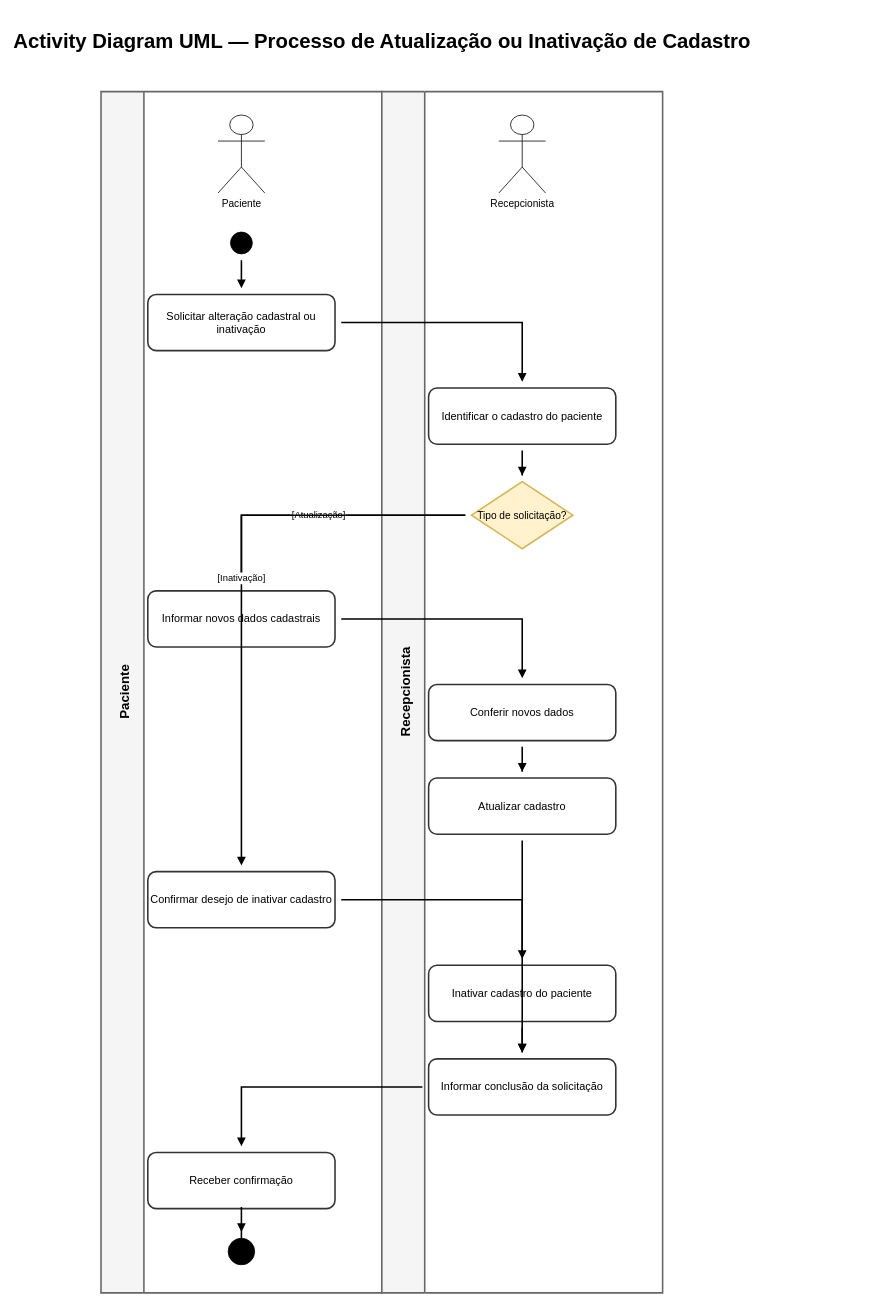
Earlier version of the draw.io diagram documentos/diagramas/atividade/04-atualizacao-exclusao-paciente.drawio (itodoconhecer-cmyk/aulas_umc_2026_1_spring_boot). Source tidied: cells renumbered, new cells numbered last; positions are measured from the earlier drawing's top-left corner, leaving out a move shared by most shapes. Both pictures are drawn from the tidied source at 78%, with x=0, y=0 at pixel (101, 13).
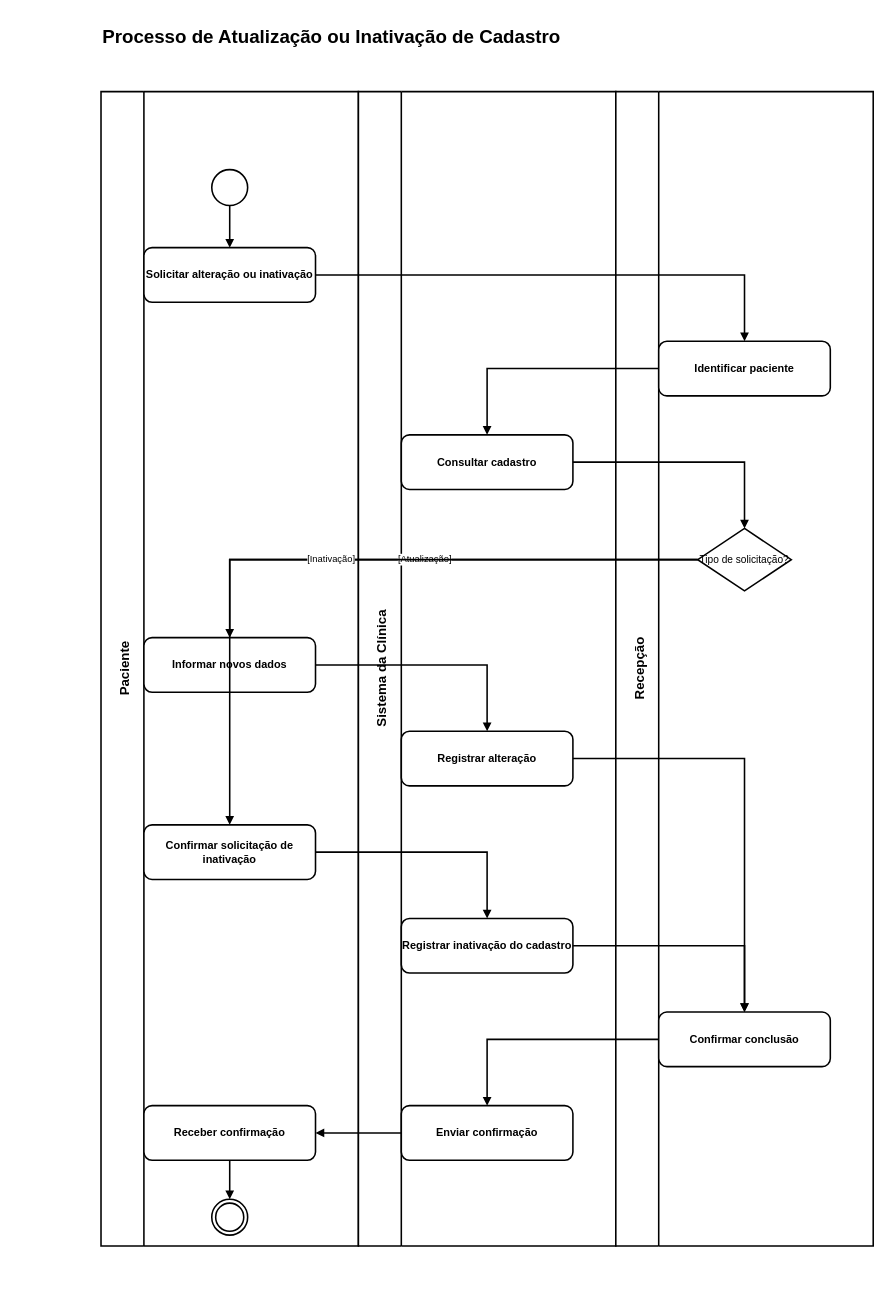
The same page after the edit.

Commit message:
docs: adequa activity diagrams ao processo de negocio com raias

Change to the diagram source:
```diff
@@
-    <mxCell id="2" value="Activity Diagram UML — Processo de Atualização ou Inativação de Cadastro" style="text;html=1;align=center;verticalAlign=middle;fontSize=26;fontStyle=1;" parent="1" vertex="1">
-      <mxGeometry width="720" height="70" as="geometry" />
+    <mxCell id="2" value="Processo de Atualização ou Inativação de Cadastro" style="text;html=1;align=left;verticalAlign=middle;fontSize=24;fontStyle=1;" parent="1" vertex="1">
+      <mxGeometry width="990" height="60" as="geometry" />
     </mxCell>
-    <mxCell id="3" value="Paciente" style="swimlane;horizontal=0;startSize=55;html=1;fontStyle=1;fontSize=17;align=center;verticalAlign=top;spacingTop=14;fillColor=#f5f5f5;strokeColor=#666666;strokeWidth=2;" parent="1" vertex="1">
-      <mxGeometry y="100" width="360" height="1540" as="geometry" />
+    <mxCell id="3" value="Paciente" style="swimlane;horizontal=0;startSize=55;html=1;fontStyle=1;fontSize=17;align=center;verticalAlign=top;spacingTop=14;fillColor=#ffffff;strokeColor=#000000;strokeWidth=2;" parent="1" vertex="1">
+      <mxGeometry y="100" width="330" height="1480" as="geometry" />
     </mxCell>
-    <mxCell id="4" value="Recepcionista" style="swimlane;horizontal=0;startSize=55;html=1;fontStyle=1;fontSize=17;align=center;verticalAlign=top;spacingTop=14;fillColor=#f5f5f5;strokeColor=#666666;strokeWidth=2;" parent="1" vertex="1">
-      <mxGeometry x="360" y="100" width="360" height="1540" as="geometry" />
+    <mxCell id="4" value="Sistema da Clínica" style="swimlane;horizontal=0;startSize=55;html=1;fontStyle=1;fontSize=17;align=center;verticalAlign=top;spacingTop=14;fillColor=#ffffff;strokeColor=#000000;strokeWidth=2;" parent="1" vertex="1">
+      <mxGeometry x="330" y="100" width="330" height="1480" as="geometry" />
     </mxCell>
-    <mxCell id="5" value="Paciente" style="shape=umlActor;verticalLabelPosition=bottom;verticalAlign=top;html=1;fontSize=13;" parent="1" vertex="1">
-      <mxGeometry x="150" y="130" width="60" height="100" as="geometry" />
-    </mxCell>
-    <mxCell id="6" value="Recepcionista" style="shape=umlActor;verticalLabelPosition=bottom;verticalAlign=top;html=1;fontSize=13;" parent="1" vertex="1">
-      <mxGeometry x="510" y="130" width="60" height="100" as="geometry" />
-    </mxCell>
+    <mxCell id="31" value="Recepção" style="swimlane;horizontal=0;startSize=55;html=1;fontStyle=1;fontSize=17;align=center;verticalAlign=top;spacingTop=14;fillColor=#ffffff;strokeColor=#000000;strokeWidth=2;" parent="1" vertex="1">
+      <mxGeometry x="660" y="100" width="330" height="1480" as="geometry" />
+    </mxCell>
-    <mxCell id="7" style="ellipse;html=1;fillColor=#000000;strokeColor=#000000;" parent="1" vertex="1">
-      <mxGeometry x="166" y="280" width="28" height="28" as="geometry" />
+    <mxCell id="7" style="ellipse;html=1;fillColor=#ffffff;strokeColor=#000000;strokeWidth=2;" parent="1" vertex="1">
+      <mxGeometry x="142" y="200" width="46" height="46" as="geometry" />
     </mxCell>
-    <mxCell id="8" value="Solicitar alteração cadastral ou inativação" style="rounded=1;whiteSpace=wrap;html=1;fontSize=14;strokeWidth=2;fillColor=#ffffff;strokeColor=#333333;" parent="1" vertex="1">
-      <mxGeometry x="60" y="360" width="240" height="72" as="geometry" />
+    <mxCell id="8" value="Solicitar alteração ou inativação" style="rounded=1;whiteSpace=wrap;html=1;fontSize=14;fontStyle=1;strokeWidth=2;fillColor=#ffffff;strokeColor=#000000;" parent="1" vertex="1">
+      <mxGeometry x="55" y="300" width="220" height="70" as="geometry" />
     </mxCell>
-    <mxCell id="9" value="Identificar o cadastro do paciente" style="rounded=1;whiteSpace=wrap;html=1;fontSize=14;strokeWidth=2;fillColor=#ffffff;strokeColor=#333333;" parent="1" vertex="1">
-      <mxGeometry x="420" y="480" width="240" height="72" as="geometry" />
+    <mxCell id="9" value="Identificar paciente" style="rounded=1;whiteSpace=wrap;html=1;fontSize=14;fontStyle=1;strokeWidth=2;fillColor=#ffffff;strokeColor=#000000;" parent="1" vertex="1">
+      <mxGeometry x="715" y="420" width="220" height="70" as="geometry" />
     </mxCell>
+    <mxCell id="11" value="Consultar cadastro" style="rounded=1;whiteSpace=wrap;html=1;fontSize=14;fontStyle=1;strokeWidth=2;fillColor=#ffffff;strokeColor=#000000;" parent="1" vertex="1">
+      <mxGeometry x="385" y="540" width="220" height="70" as="geometry" />
+    </mxCell>
-    <mxCell id="10" value="Tipo de solicitação?" style="rhombus;whiteSpace=wrap;html=1;fontSize=13;strokeWidth=2;fillColor=#fff2cc;strokeColor=#d6b656;" parent="1" vertex="1">
-      <mxGeometry x="475" y="600" width="130" height="86" as="geometry" />
+    <mxCell id="10" value="Tipo de solicitação?" style="rhombus;whiteSpace=wrap;html=1;fontSize=13;strokeWidth=2;fillColor=#ffffff;strokeColor=#000000;" parent="1" vertex="1">
+      <mxGeometry x="765" y="660" width="120" height="80" as="geometry" />
     </mxCell>
-    <mxCell id="11" value="Informar novos dados cadastrais" style="rounded=1;whiteSpace=wrap;html=1;fontSize=14;strokeWidth=2;fillColor=#ffffff;strokeColor=#333333;" parent="1" vertex="1">
-      <mxGeometry x="60" y="740" width="240" height="72" as="geometry" />
-    </mxCell>
-    <mxCell id="12" value="Conferir novos dados" style="rounded=1;whiteSpace=wrap;html=1;fontSize=14;strokeWidth=2;fillColor=#ffffff;strokeColor=#333333;" parent="1" vertex="1">
-      <mxGeometry x="420" y="860" width="240" height="72" as="geometry" />
+    <mxCell id="12" value="Informar novos dados" style="rounded=1;whiteSpace=wrap;html=1;fontSize=14;fontStyle=1;strokeWidth=2;fillColor=#ffffff;strokeColor=#000000;" parent="1" vertex="1">
+      <mxGeometry x="55" y="800" width="220" height="70" as="geometry" />
     </mxCell>
-    <mxCell id="13" value="Atualizar cadastro" style="rounded=1;whiteSpace=wrap;html=1;fontSize=14;strokeWidth=2;fillColor=#ffffff;strokeColor=#333333;" parent="1" vertex="1">
-      <mxGeometry x="420" y="980" width="240" height="72" as="geometry" />
+    <mxCell id="13" value="Registrar alteração" style="rounded=1;whiteSpace=wrap;html=1;fontSize=14;fontStyle=1;strokeWidth=2;fillColor=#ffffff;strokeColor=#000000;" parent="1" vertex="1">
+      <mxGeometry x="385" y="920" width="220" height="70" as="geometry" />
     </mxCell>
-    <mxCell id="14" value="Confirmar desejo de inativar cadastro" style="rounded=1;whiteSpace=wrap;html=1;fontSize=14;strokeWidth=2;fillColor=#ffffff;strokeColor=#333333;" parent="1" vertex="1">
-      <mxGeometry x="60" y="1100" width="240" height="72" as="geometry" />
+    <mxCell id="14" value="Confirmar solicitação de inativação" style="rounded=1;whiteSpace=wrap;html=1;fontSize=14;fontStyle=1;strokeWidth=2;fillColor=#ffffff;strokeColor=#000000;" parent="1" vertex="1">
+      <mxGeometry x="55" y="1040" width="220" height="70" as="geometry" />
     </mxCell>
-    <mxCell id="15" value="Inativar cadastro do paciente" style="rounded=1;whiteSpace=wrap;html=1;fontSize=14;strokeWidth=2;fillColor=#ffffff;strokeColor=#333333;" parent="1" vertex="1">
-      <mxGeometry x="420" y="1220" width="240" height="72" as="geometry" />
+    <mxCell id="15" value="Registrar inativação do cadastro" style="rounded=1;whiteSpace=wrap;html=1;fontSize=14;fontStyle=1;strokeWidth=2;fillColor=#ffffff;strokeColor=#000000;" parent="1" vertex="1">
+      <mxGeometry x="385" y="1160" width="220" height="70" as="geometry" />
     </mxCell>
-    <mxCell id="16" value="Informar conclusão da solicitação" style="rounded=1;whiteSpace=wrap;html=1;fontSize=14;strokeWidth=2;fillColor=#ffffff;strokeColor=#333333;" parent="1" vertex="1">
-      <mxGeometry x="420" y="1340" width="240" height="72" as="geometry" />
+    <mxCell id="16" value="Confirmar conclusão" style="rounded=1;whiteSpace=wrap;html=1;fontSize=14;fontStyle=1;strokeWidth=2;fillColor=#ffffff;strokeColor=#000000;" parent="1" vertex="1">
+      <mxGeometry x="715" y="1280" width="220" height="70" as="geometry" />
     </mxCell>
-    <mxCell id="17" value="Receber confirmação" style="rounded=1;whiteSpace=wrap;html=1;fontSize=14;strokeWidth=2;fillColor=#ffffff;strokeColor=#333333;" parent="1" vertex="1">
-      <mxGeometry x="60" y="1460" width="240" height="72" as="geometry" />
+    <mxCell id="17" value="Enviar confirmação" style="rounded=1;whiteSpace=wrap;html=1;fontSize=14;fontStyle=1;strokeWidth=2;fillColor=#ffffff;strokeColor=#000000;" parent="1" vertex="1">
+      <mxGeometry x="385" y="1400" width="220" height="70" as="geometry" />
     </mxCell>
+    <mxCell id="32" value="Receber confirmação" style="rounded=1;whiteSpace=wrap;html=1;fontSize=14;fontStyle=1;strokeWidth=2;fillColor=#ffffff;strokeColor=#000000;" parent="1" vertex="1">
+      <mxGeometry x="55" y="1400" width="220" height="70" as="geometry" />
+    </mxCell>
-    <mxCell id="18" style="ellipse;html=1;fillColor=#000000;strokeColor=#000000;shape=doubleEllipse;" parent="1" vertex="1">
-      <mxGeometry x="163" y="1570" width="34" height="34" as="geometry" />
+    <mxCell id="18" style="ellipse;html=1;fillColor=#ffffff;strokeColor=#000000;strokeWidth=2;shape=doubleEllipse;" parent="1" vertex="1">
+      <mxGeometry x="142" y="1520" width="46" height="46" as="geometry" />
     </mxCell>
-    <mxCell id="19" style="edgeStyle=orthogonalEdgeStyle;rounded=0;jettySize=40;html=1;endArrow=block;endFill=1;strokeWidth=2;fontSize=12;labelBackgroundColor=#ffffff;sourcePerimeterSpacing=8;targetPerimeterSpacing=8;" parent="1" edge="1" source="7" target="8">
+    <mxCell id="19" style="edgeStyle=orthogonalEdgeStyle;rounded=0;jettySize=30;html=1;endArrow=block;endFill=1;strokeWidth=2;fontSize=12;labelBackgroundColor=#ffffff;" parent="1" edge="1" source="7" target="8">
       <mxGeometry relative="1" as="geometry" />
     </mxCell>
-    <mxCell id="20" style="edgeStyle=orthogonalEdgeStyle;rounded=0;jettySize=40;html=1;endArrow=block;endFill=1;strokeWidth=2;fontSize=12;labelBackgroundColor=#ffffff;sourcePerimeterSpacing=8;targetPerimeterSpacing=8;" parent="1" edge="1" source="8" target="9">
+    <mxCell id="20" style="edgeStyle=orthogonalEdgeStyle;rounded=0;jettySize=30;html=1;endArrow=block;endFill=1;strokeWidth=2;fontSize=12;labelBackgroundColor=#ffffff;" parent="1" edge="1" source="8" target="9">
       <mxGeometry relative="1" as="geometry" />
     </mxCell>
-    <mxCell id="21" style="edgeStyle=orthogonalEdgeStyle;rounded=0;jettySize=40;html=1;endArrow=block;endFill=1;strokeWidth=2;fontSize=12;labelBackgroundColor=#ffffff;sourcePerimeterSpacing=8;targetPerimeterSpacing=8;" parent="1" edge="1" source="9" target="10">
+    <mxCell id="21" style="edgeStyle=orthogonalEdgeStyle;rounded=0;jettySize=30;html=1;endArrow=block;endFill=1;strokeWidth=2;fontSize=12;labelBackgroundColor=#ffffff;" parent="1" edge="1" source="9" target="11">
       <mxGeometry relative="1" as="geometry" />
     </mxCell>
-    <mxCell id="22" value="[Atualização]" style="edgeStyle=orthogonalEdgeStyle;rounded=0;jettySize=40;html=1;endArrow=block;endFill=1;strokeWidth=2;fontSize=12;labelBackgroundColor=#ffffff;sourcePerimeterSpacing=8;targetPerimeterSpacing=8;" parent="1" edge="1" source="10" target="11">
+    <mxCell id="22" style="edgeStyle=orthogonalEdgeStyle;rounded=0;jettySize=30;html=1;endArrow=block;endFill=1;strokeWidth=2;fontSize=12;labelBackgroundColor=#ffffff;" parent="1" edge="1" source="11" target="10">
       <mxGeometry relative="1" as="geometry" />
     </mxCell>
-    <mxCell id="23" style="edgeStyle=orthogonalEdgeStyle;rounded=0;jettySize=40;html=1;endArrow=block;endFill=1;strokeWidth=2;fontSize=12;labelBackgroundColor=#ffffff;sourcePerimeterSpacing=8;targetPerimeterSpacing=8;" parent="1" edge="1" source="11" target="12">
+    <mxCell id="23" value="[Atualização]" style="edgeStyle=orthogonalEdgeStyle;rounded=0;jettySize=30;html=1;endArrow=block;endFill=1;strokeWidth=2;fontSize=12;labelBackgroundColor=#ffffff;" parent="1" edge="1" source="10" target="12">
       <mxGeometry relative="1" as="geometry" />
     </mxCell>
-    <mxCell id="24" style="edgeStyle=orthogonalEdgeStyle;rounded=0;jettySize=40;html=1;endArrow=block;endFill=1;strokeWidth=2;fontSize=12;labelBackgroundColor=#ffffff;sourcePerimeterSpacing=8;targetPerimeterSpacing=8;" parent="1" edge="1" source="12" target="13">
+    <mxCell id="24" style="edgeStyle=orthogonalEdgeStyle;rounded=0;jettySize=30;html=1;endArrow=block;endFill=1;strokeWidth=2;fontSize=12;labelBackgroundColor=#ffffff;" parent="1" edge="1" source="12" target="13">
       <mxGeometry relative="1" as="geometry" />
     </mxCell>
-    <mxCell id="25" value="[Inativação]" style="edgeStyle=orthogonalEdgeStyle;rounded=0;jettySize=40;html=1;endArrow=block;endFill=1;strokeWidth=2;fontSize=12;labelBackgroundColor=#ffffff;sourcePerimeterSpacing=8;targetPerimeterSpacing=8;" parent="1" edge="1" source="10" target="14">
+    <mxCell id="25" style="edgeStyle=orthogonalEdgeStyle;rounded=0;jettySize=30;html=1;endArrow=block;endFill=1;strokeWidth=2;fontSize=12;labelBackgroundColor=#ffffff;" parent="1" edge="1" source="13" target="16">
       <mxGeometry relative="1" as="geometry" />
     </mxCell>
-    <mxCell id="26" style="edgeStyle=orthogonalEdgeStyle;rounded=0;jettySize=40;html=1;endArrow=block;endFill=1;strokeWidth=2;fontSize=12;labelBackgroundColor=#ffffff;sourcePerimeterSpacing=8;targetPerimeterSpacing=8;" parent="1" edge="1" source="14" target="15">
+    <mxCell id="26" value="[Inativação]" style="edgeStyle=orthogonalEdgeStyle;rounded=0;jettySize=30;html=1;endArrow=block;endFill=1;strokeWidth=2;fontSize=12;labelBackgroundColor=#ffffff;" parent="1" edge="1" source="10" target="14">
       <mxGeometry relative="1" as="geometry" />
     </mxCell>
-    <mxCell id="27" style="edgeStyle=orthogonalEdgeStyle;rounded=0;jettySize=40;html=1;endArrow=block;endFill=1;strokeWidth=2;fontSize=12;labelBackgroundColor=#ffffff;sourcePerimeterSpacing=8;targetPerimeterSpacing=8;" parent="1" edge="1" source="13" target="16">
+    <mxCell id="27" style="edgeStyle=orthogonalEdgeStyle;rounded=0;jettySize=30;html=1;endArrow=block;endFill=1;strokeWidth=2;fontSize=12;labelBackgroundColor=#ffffff;" parent="1" edge="1" source="14" target="15">
       <mxGeometry relative="1" as="geometry" />
     </mxCell>
-    <mxCell id="28" style="edgeStyle=orthogonalEdgeStyle;rounded=0;jettySize=40;html=1;endArrow=block;endFill=1;strokeWidth=2;fontSize=12;labelBackgroundColor=#ffffff;sourcePerimeterSpacing=8;targetPerimeterSpacing=8;" parent="1" edge="1" source="15" target="16">
+    <mxCell id="28" style="edgeStyle=orthogonalEdgeStyle;rounded=0;jettySize=30;html=1;endArrow=block;endFill=1;strokeWidth=2;fontSize=12;labelBackgroundColor=#ffffff;" parent="1" edge="1" source="15" target="16">
       <mxGeometry relative="1" as="geometry" />
     </mxCell>
-    <mxCell id="29" style="edgeStyle=orthogonalEdgeStyle;rounded=0;jettySize=40;html=1;endArrow=block;endFill=1;strokeWidth=2;fontSize=12;labelBackgroundColor=#ffffff;sourcePerimeterSpacing=8;targetPerimeterSpacing=8;" parent="1" edge="1" source="16" target="17">
+    <mxCell id="29" style="edgeStyle=orthogonalEdgeStyle;rounded=0;jettySize=30;html=1;endArrow=block;endFill=1;strokeWidth=2;fontSize=12;labelBackgroundColor=#ffffff;" parent="1" edge="1" source="16" target="17">
       <mxGeometry relative="1" as="geometry" />
     </mxCell>
-    <mxCell id="30" style="edgeStyle=orthogonalEdgeStyle;rounded=0;jettySize=40;html=1;endArrow=block;endFill=1;strokeWidth=2;fontSize=12;labelBackgroundColor=#ffffff;sourcePerimeterSpacing=8;targetPerimeterSpacing=8;" parent="1" edge="1" source="17" target="18">
+    <mxCell id="30" style="edgeStyle=orthogonalEdgeStyle;rounded=0;jettySize=30;html=1;endArrow=block;endFill=1;strokeWidth=2;fontSize=12;labelBackgroundColor=#ffffff;" parent="1" edge="1" source="17" target="32">
       <mxGeometry relative="1" as="geometry" />
     </mxCell>
+    <mxCell id="33" style="edgeStyle=orthogonalEdgeStyle;rounded=0;jettySize=30;html=1;endArrow=block;endFill=1;strokeWidth=2;fontSize=12;labelBackgroundColor=#ffffff;" parent="1" edge="1" source="32" target="18">
+      <mxGeometry relative="1" as="geometry" />
+    </mxCell>
```
